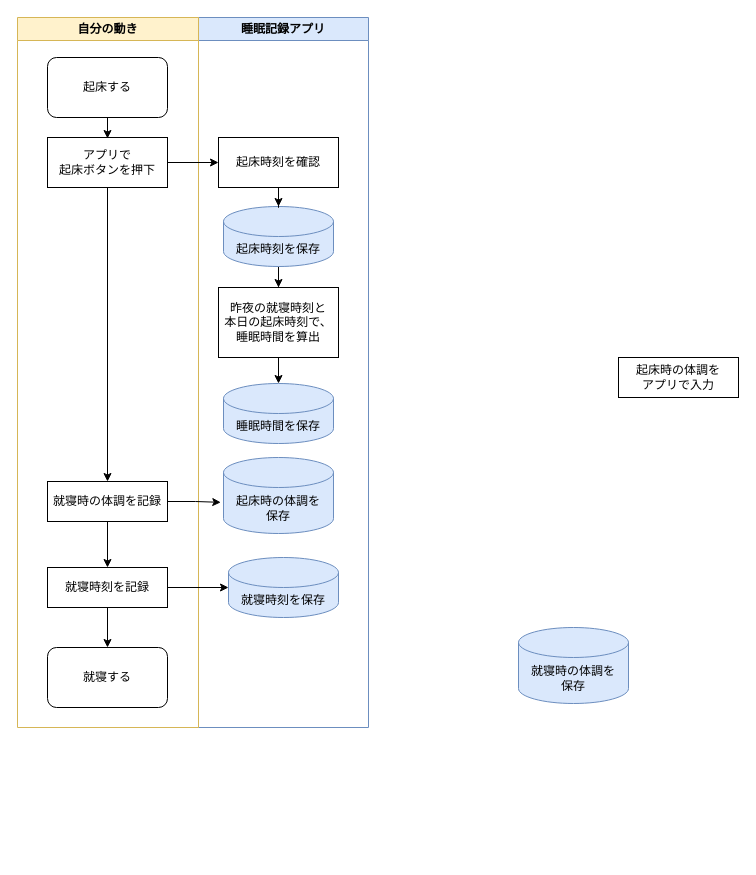
Before: 睡眠表業務フロー.drawio in purocone/-, a draw.io diagram. Source tidied: cells renumbered, new cells numbered last; positions are measured from the earlier drawing's top-left corner, leaving out a move shared by most shapes. Both pictures are drawn from the tidied source at 100%, with x=0, y=0 at pixel (17, 17).
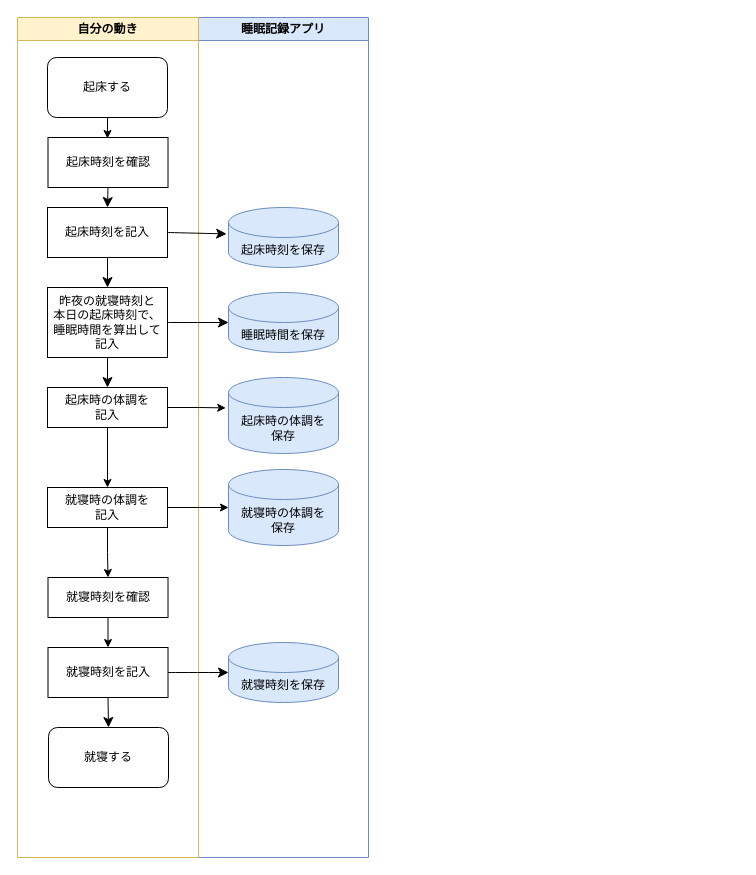
The same page after the edit.

Commit message:
睡眠表業務フロー.drawio を更新します

Diff of the diagram source:
```diff
@@
-<mxGraphModel>
+<mxGraphModel background="#FFFFFF">
@@
     <mxCell id="2" value="睡眠記録アプリ" style="swimlane;whiteSpace=wrap;html=1;fillColor=#dae8fc;strokeColor=#6c8ebf;" parent="1" vertex="1">
-      <mxGeometry x="181" width="170" height="710" as="geometry" />
+      <mxGeometry x="181" width="170" height="840" as="geometry" />
     </mxCell>
+    <mxCell id="6" value="起床時の体調を&lt;div&gt;&lt;div&gt;保存&lt;/div&gt;&lt;/div&gt;" style="shape=cylinder3;whiteSpace=wrap;html=1;boundedLbl=1;backgroundOutline=1;size=15;fillColor=#dae8fc;strokeColor=#6c8ebf;" parent="2" vertex="1">
+      <mxGeometry x="30" y="360" width="110" height="76" as="geometry" />
+    </mxCell>
+    <mxCell id="10" value="睡眠時間を保存" style="shape=cylinder3;whiteSpace=wrap;html=1;boundedLbl=1;backgroundOutline=1;size=15;fillColor=#dae8fc;strokeColor=#6c8ebf;" parent="2" vertex="1">
+      <mxGeometry x="30" y="275" width="110" height="60" as="geometry" />
+    </mxCell>
+    <mxCell id="26" value="就寝時の体調を&lt;div&gt;保存&lt;/div&gt;" style="shape=cylinder3;whiteSpace=wrap;html=1;boundedLbl=1;backgroundOutline=1;size=15;fillColor=#dae8fc;strokeColor=#6c8ebf;" parent="2" vertex="1">
+      <mxGeometry x="30" y="452" width="110" height="76" as="geometry" />
+    </mxCell>
     <mxCell id="3" value="就寝時刻を保存" style="shape=cylinder3;whiteSpace=wrap;html=1;boundedLbl=1;backgroundOutline=1;size=15;fillColor=#dae8fc;strokeColor=#6c8ebf;" parent="2" vertex="1">
-      <mxGeometry x="30" y="540" width="110" height="60" as="geometry" />
+      <mxGeometry x="30" y="625" width="110" height="60" as="geometry" />
     </mxCell>
-    <mxCell id="4" style="edgeStyle=orthogonalEdgeStyle;rounded=0;jettySize=auto;html=1;exitX=0.5;exitY=1;exitDx=0;exitDy=0;exitPerimeter=0;" parent="2" edge="1" source="5" target="9">
-      <mxGeometry relative="1" as="geometry" />
-    </mxCell>
     <mxCell id="5" value="起床時刻を保存" style="shape=cylinder3;whiteSpace=wrap;html=1;boundedLbl=1;backgroundOutline=1;size=15;fillColor=#dae8fc;strokeColor=#6c8ebf;" parent="2" vertex="1">
-      <mxGeometry x="25" y="189" width="110" height="60" as="geometry" />
+      <mxGeometry x="30" y="190" width="110" height="60" as="geometry" />
     </mxCell>
-    <mxCell id="6" value="起床時の体調を&lt;div&gt;&lt;div&gt;保存&lt;/div&gt;&lt;/div&gt;" style="shape=cylinder3;whiteSpace=wrap;html=1;boundedLbl=1;backgroundOutline=1;size=15;fillColor=#dae8fc;strokeColor=#6c8ebf;" parent="2" vertex="1">
-      <mxGeometry x="25" y="440" width="110" height="76" as="geometry" />
-    </mxCell>
-    <mxCell id="7" style="edgeStyle=orthogonalEdgeStyle;rounded=0;jettySize=auto;html=1;entryX=0.5;entryY=0;entryDx=0;entryDy=0;entryPerimeter=0;" parent="2" edge="1" source="8" target="5">
-      <mxGeometry relative="1" as="geometry" />
-    </mxCell>
-    <mxCell id="8" value="起床時刻を確認" style="rounded=0;whiteSpace=wrap;html=1;" parent="2" vertex="1">
-      <mxGeometry x="20" y="120" width="120" height="50" as="geometry" />
-    </mxCell>
-    <mxCell id="9" value="昨夜の就寝時刻と&lt;div&gt;本日の起床時刻で、&lt;/div&gt;&lt;div&gt;睡眠時間を算出&lt;/div&gt;" style="rounded=0;whiteSpace=wrap;html=1;" parent="2" vertex="1">
-      <mxGeometry x="20" y="270" width="120" height="70" as="geometry" />
-    </mxCell>
-    <mxCell id="10" value="睡眠時間を保存" style="shape=cylinder3;whiteSpace=wrap;html=1;boundedLbl=1;backgroundOutline=1;size=15;fillColor=#dae8fc;strokeColor=#6c8ebf;" parent="2" vertex="1">
-      <mxGeometry x="25" y="366" width="110" height="60" as="geometry" />
-    </mxCell>
-    <mxCell id="11" style="edgeStyle=orthogonalEdgeStyle;rounded=0;jettySize=auto;html=1;exitX=0.5;exitY=1;exitDx=0;exitDy=0;" parent="2" edge="1" source="9" target="10">
-      <mxGeometry relative="1" as="geometry" />
-    </mxCell>
     <mxCell id="12" value="自分の動き" style="swimlane;whiteSpace=wrap;html=1;fillColor=#fff2cc;strokeColor=#d6b656;" parent="1" vertex="1">
-      <mxGeometry width="181" height="710" as="geometry" />
+      <mxGeometry width="181" height="840" as="geometry" />
     </mxCell>
-    <mxCell id="13" style="edgeStyle=orthogonalEdgeStyle;rounded=0;jettySize=auto;html=1;exitX=0.5;exitY=1;exitDx=0;exitDy=0;entryX=0.5;entryY=0;entryDx=0;entryDy=0;" parent="12" edge="1" source="14" target="20">
-      <mxGeometry relative="1" as="geometry" />
-    </mxCell>
-    <mxCell id="14" value="就寝時の体調を記録" style="rounded=0;whiteSpace=wrap;html=1;" parent="12" vertex="1">
-      <mxGeometry x="30" y="464" width="120" height="40" as="geometry" />
+    <mxCell id="14" value="起床時の体調を&lt;div&gt;記入&lt;/div&gt;" style="rounded=0;whiteSpace=wrap;html=1;" parent="12" vertex="1">
+      <mxGeometry x="30" y="370" width="120" height="40" as="geometry" />
     </mxCell>
-    <mxCell id="15" style="edgeStyle=orthogonalEdgeStyle;rounded=0;jettySize=auto;html=1;exitX=0.5;exitY=1;exitDx=0;exitDy=0;" parent="12" edge="1" target="17">
-      <mxGeometry relative="1" as="geometry">
-        <mxPoint x="90" y="171" as="sourcePoint" />
-      </mxGeometry>
-    </mxCell>
-    <mxCell id="16" style="edgeStyle=orthogonalEdgeStyle;rounded=0;jettySize=auto;html=1;entryX=0.5;entryY=0;entryDx=0;entryDy=0;" parent="12" edge="1" source="17" target="14">
-      <mxGeometry relative="1" as="geometry" />
-    </mxCell>
-    <mxCell id="17" value="アプリで&lt;div&gt;起床ボタンを押下&lt;/div&gt;" style="rounded=0;whiteSpace=wrap;html=1;" parent="12" vertex="1">
-      <mxGeometry x="30" y="120" width="120" height="50" as="geometry" />
-    </mxCell>
@@
+    <mxCell id="27" value="就寝時の体調を&lt;div&gt;記入&lt;/div&gt;" style="rounded=0;whiteSpace=wrap;html=1;" parent="12" vertex="1">
+      <mxGeometry x="30" y="470" width="120" height="40" as="geometry" />
+    </mxCell>
+    <mxCell id="13" style="edgeStyle=orthogonalEdgeStyle;rounded=0;jettySize=auto;html=1;exitX=0.5;exitY=1;exitDx=0;exitDy=0;entryX=0.5;entryY=0;entryDx=0;entryDy=0;" parent="12" edge="1" source="14" target="27">
+      <mxGeometry relative="1" as="geometry" />
+    </mxCell>
-    <mxCell id="20" value="就寝時刻を記録" style="rounded=0;whiteSpace=wrap;html=1;" parent="12" vertex="1">
-      <mxGeometry x="30" y="550" width="120" height="40" as="geometry" />
+    <mxCell id="20" value="就寝時刻を確認" style="rounded=0;whiteSpace=wrap;html=1;" parent="12" vertex="1">
+      <mxGeometry x="30.5" y="560" width="120" height="40" as="geometry" />
     </mxCell>
-    <mxCell id="21" style="edgeStyle=orthogonalEdgeStyle;rounded=0;jettySize=auto;html=1;" parent="1" edge="1" source="17" target="8">
-      <mxGeometry relative="1" as="geometry" />
-    </mxCell>
+    <mxCell id="28" style="edgeStyle=orthogonalEdgeStyle;rounded=0;jettySize=auto;html=1;entryX=0.5;entryY=0;entryDx=0;entryDy=0;" parent="12" edge="1" source="27" target="20">
+      <mxGeometry relative="1" as="geometry" />
+    </mxCell>
+    <mxCell id="29" style="edgeStyle=none;curved=1;rounded=0;jettySize=auto;html=1;exitX=0.5;exitY=1;exitDx=0;exitDy=0;entryX=0.5;entryY=0;entryDx=0;entryDy=0;fontSize=12;startSize=8;endSize=8;" parent="12" edge="1" source="8" target="31">
+      <mxGeometry relative="1" as="geometry" />
+    </mxCell>
+    <mxCell id="8" value="起床時刻を確認" style="rounded=0;whiteSpace=wrap;html=1;" parent="12" vertex="1">
+      <mxGeometry x="30.5" y="120" width="120" height="50" as="geometry" />
+    </mxCell>
+    <mxCell id="30" style="edgeStyle=none;curved=1;rounded=0;jettySize=auto;html=1;fontSize=12;startSize=8;endSize=8;" parent="12" edge="1" source="31" target="33">
+      <mxGeometry relative="1" as="geometry" />
+    </mxCell>
+    <mxCell id="31" value="起床時刻を記入" style="rounded=0;whiteSpace=wrap;html=1;" parent="12" vertex="1">
+      <mxGeometry x="30" y="190" width="120" height="50" as="geometry" />
+    </mxCell>
+    <mxCell id="32" style="edgeStyle=none;curved=1;rounded=0;jettySize=auto;html=1;exitX=0.5;exitY=1;exitDx=0;exitDy=0;fontSize=12;startSize=8;endSize=8;" parent="12" edge="1" source="33" target="14">
+      <mxGeometry relative="1" as="geometry" />
+    </mxCell>
+    <mxCell id="33" value="昨夜の就寝時刻と&lt;div&gt;本日の起床時刻で、&lt;/div&gt;&lt;div&gt;睡眠時間を算出して記入&lt;/div&gt;" style="rounded=0;whiteSpace=wrap;html=1;" parent="12" vertex="1">
+      <mxGeometry x="30" y="270" width="120" height="70" as="geometry" />
+    </mxCell>
+    <mxCell id="34" style="edgeStyle=none;curved=1;rounded=0;jettySize=auto;html=1;exitX=0.5;exitY=1;exitDx=0;exitDy=0;entryX=0.5;entryY=0;entryDx=0;entryDy=0;fontSize=12;startSize=8;endSize=8;" parent="12" edge="1" source="35" target="24">
+      <mxGeometry relative="1" as="geometry" />
+    </mxCell>
+    <mxCell id="35" value="就寝時刻を記入" style="rounded=0;whiteSpace=wrap;html=1;" parent="12" vertex="1">
+      <mxGeometry x="30.5" y="630" width="120" height="50" as="geometry" />
+    </mxCell>
+    <mxCell id="25" style="edgeStyle=orthogonalEdgeStyle;rounded=0;jettySize=auto;html=1;exitX=0.5;exitY=1;exitDx=0;exitDy=0;entryX=0.5;entryY=0;entryDx=0;entryDy=0;" parent="12" edge="1" source="20" target="35">
+      <mxGeometry relative="1" as="geometry" />
+    </mxCell>
+    <mxCell id="24" value="就寝する" style="rounded=1;whiteSpace=wrap;html=1;" parent="12" vertex="1">
+      <mxGeometry x="31" y="710" width="120" height="60" as="geometry" />
+    </mxCell>
-    <mxCell id="22" style="edgeStyle=orthogonalEdgeStyle;rounded=0;jettySize=auto;html=1;exitX=1;exitY=0.5;exitDx=0;exitDy=0;entryX=-0.025;entryY=0.59;entryDx=0;entryDy=0;entryPerimeter=0;" parent="1" edge="1" source="14" target="6">
+    <mxCell id="22" style="edgeStyle=orthogonalEdgeStyle;rounded=0;jettySize=auto;html=1;exitX=1;exitY=0.5;exitDx=0;exitDy=0;entryX=-0.025;entryY=0.4;entryDx=0;entryDy=0;entryPerimeter=0;" parent="1" edge="1" source="14" target="6">
       <mxGeometry relative="1" as="geometry" />
     </mxCell>
-    <mxCell id="23" style="edgeStyle=orthogonalEdgeStyle;rounded=0;jettySize=auto;html=1;exitX=1;exitY=0.5;exitDx=0;exitDy=0;entryX=0;entryY=0.5;entryDx=0;entryDy=0;entryPerimeter=0;" parent="1" edge="1" source="20" target="3">
-      <mxGeometry relative="1" as="geometry" />
-    </mxCell>
-    <mxCell id="24" value="就寝する" style="rounded=1;whiteSpace=wrap;html=1;" parent="1" vertex="1">
-      <mxGeometry x="30" y="630" width="120" height="60" as="geometry" />
-    </mxCell>
-    <mxCell id="25" style="edgeStyle=orthogonalEdgeStyle;rounded=0;jettySize=auto;html=1;exitX=0.5;exitY=1;exitDx=0;exitDy=0;entryX=0.5;entryY=0;entryDx=0;entryDy=0;" parent="1" edge="1" source="20" target="24">
-      <mxGeometry relative="1" as="geometry" />
-    </mxCell>
-    <mxCell id="26" value="就寝時の体調を&lt;div&gt;保存&lt;/div&gt;" style="shape=cylinder3;whiteSpace=wrap;html=1;boundedLbl=1;backgroundOutline=1;size=15;fillColor=#dae8fc;strokeColor=#6c8ebf;" parent="1" vertex="1">
-      <mxGeometry x="501" y="610" width="110" height="76" as="geometry" />
-    </mxCell>
-    <mxCell id="27" value="起床時の体調を&lt;div&gt;アプリで入力&lt;/div&gt;" style="rounded=0;whiteSpace=wrap;html=1;" parent="1" vertex="1">
-      <mxGeometry x="601" y="340" width="120" height="40" as="geometry" />
-    </mxCell>
+    <mxCell id="36" style="edgeStyle=orthogonalEdgeStyle;rounded=0;jettySize=auto;html=1;exitX=1;exitY=0.5;exitDx=0;exitDy=0;entryX=0;entryY=0.5;entryDx=0;entryDy=0;entryPerimeter=0;" parent="1" edge="1" source="27" target="26">
+      <mxGeometry relative="1" as="geometry" />
+    </mxCell>
+    <mxCell id="37" style="edgeStyle=none;curved=1;rounded=0;jettySize=auto;html=1;exitX=1;exitY=0.5;exitDx=0;exitDy=0;entryX=-0.017;entryY=0.44;entryDx=0;entryDy=0;entryPerimeter=0;fontSize=12;startSize=8;endSize=8;" parent="1" edge="1" source="31" target="5">
+      <mxGeometry relative="1" as="geometry" />
+    </mxCell>
+    <mxCell id="38" style="edgeStyle=none;curved=1;rounded=0;jettySize=auto;html=1;exitX=1;exitY=0.5;exitDx=0;exitDy=0;entryX=0;entryY=0.5;entryDx=0;entryDy=0;entryPerimeter=0;fontSize=12;startSize=8;endSize=8;" parent="1" edge="1" source="33" target="10">
+      <mxGeometry relative="1" as="geometry" />
+    </mxCell>
+    <mxCell id="39" style="edgeStyle=none;curved=1;rounded=0;jettySize=auto;html=1;exitX=1;exitY=0.5;exitDx=0;exitDy=0;entryX=0;entryY=0.5;entryDx=0;entryDy=0;entryPerimeter=0;fontSize=12;startSize=8;endSize=8;" parent="1" edge="1" source="35" target="3">
+      <mxGeometry relative="1" as="geometry" />
+    </mxCell>
```
